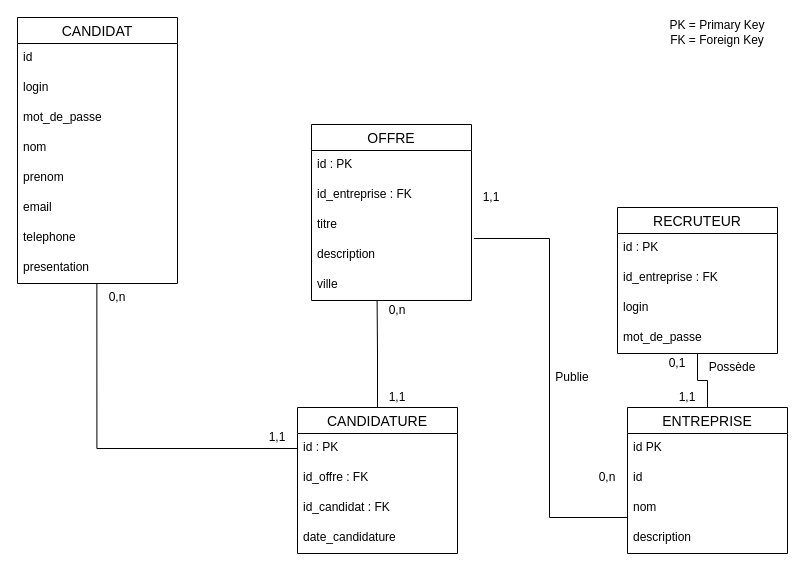
Earlier version of the draw.io diagram diagramme/MLD.drawio (WildCodeSchool-CDA-FT-2025-03/checkpoint_1). Source tidied: cells renumbered, new cells numbered last; positions are measured from the earlier drawing's top-left corner, leaving out a move shared by most shapes. Both pictures are drawn from the tidied source at 100%, with x=0, y=0 at pixel (17, 17).
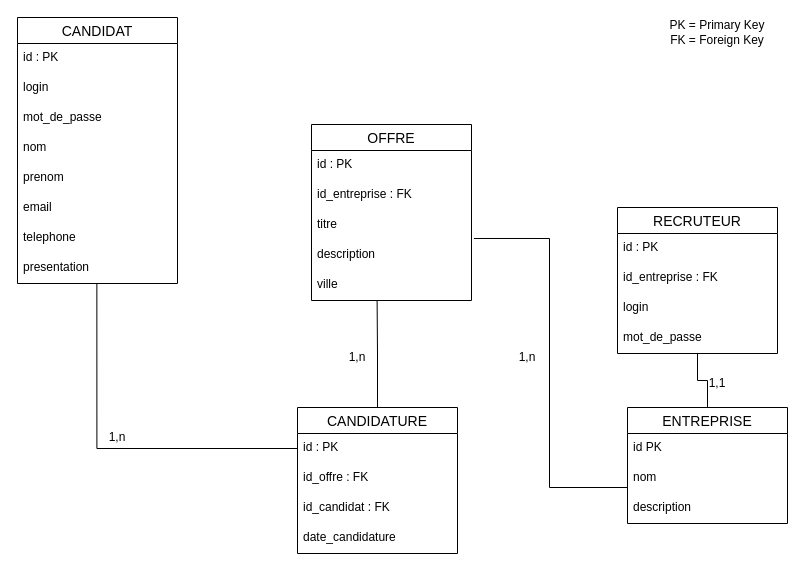
The same page after the edit.

Unchanged cells that the change refers to:
```xml
<mxCell id="2" value="CANDIDAT" style="swimlane;fontStyle=0;horizontal=1;startSize=26;align=center;fontSize=14;" parent="1" vertex="1">
  <mxGeometry width="160" height="266" as="geometry" />
</mxCell>
```

Change to the diagram source:
```diff
@@
-    <mxCell id="3" value="id" style="text;strokeColor=none;fillColor=none;spacingLeft=4;spacingRight=4;overflow=hidden;fontSize=12;whiteSpace=wrap;html=1;" parent="2" vertex="1">
+    <mxCell id="3" value="id : PK" style="text;strokeColor=none;fillColor=none;spacingLeft=4;spacingRight=4;overflow=hidden;fontSize=12;whiteSpace=wrap;html=1;" parent="2" vertex="1">
       <mxGeometry y="26" width="160" height="30" as="geometry" />
     </mxCell>
@@
     <mxCell id="17" value="ENTREPRISE" style="swimlane;fontStyle=0;horizontal=1;startSize=26;align=center;fontSize=14;" parent="1" vertex="1">
-      <mxGeometry x="610" y="390" width="160" height="146" as="geometry" />
+      <mxGeometry x="610" y="390" width="160" height="116" as="geometry" />
     </mxCell>
@@
-    <mxCell id="19" value="id" style="text;strokeColor=none;fillColor=none;spacingLeft=4;spacingRight=4;overflow=hidden;fontSize=12;whiteSpace=wrap;html=1;" parent="17" vertex="1">
-      <mxGeometry y="56" width="160" height="30" as="geometry" />
-    </mxCell>
     <mxCell id="20" value="nom" style="text;strokeColor=none;fillColor=none;spacingLeft=4;spacingRight=4;overflow=hidden;points=[[0,0.5],[1,0.5]];portConstraint=eastwest;fontSize=12;whiteSpace=wrap;html=1;" parent="17" vertex="1">
-      <mxGeometry y="86" width="160" height="30" as="geometry" />
+      <mxGeometry y="56" width="160" height="30" as="geometry" />
     </mxCell>
     <mxCell id="21" value="description" style="text;strokeColor=none;fillColor=none;spacingLeft=4;spacingRight=4;overflow=hidden;fontSize=12;whiteSpace=wrap;html=1;" parent="17" vertex="1">
-      <mxGeometry y="116" width="160" height="30" as="geometry" />
+      <mxGeometry y="86" width="160" height="30" as="geometry" />
     </mxCell>
@@
     <mxCell id="34" value="1,1" style="text;html=1;align=center;verticalAlign=middle;whiteSpace=wrap;rounded=0;" parent="1" vertex="1">
-      <mxGeometry x="650" y="370" width="40" height="20" as="geometry" />
+      <mxGeometry x="680" y="356" width="40" height="20" as="geometry" />
     </mxCell>
-    <mxCell id="35" value="0,1" style="text;html=1;align=center;verticalAlign=middle;whiteSpace=wrap;rounded=0;" parent="1" vertex="1">
-      <mxGeometry x="640" y="336" width="40" height="20" as="geometry" />
-    </mxCell>
-    <mxCell id="36" value="Possède" style="text;html=1;align=center;verticalAlign=middle;whiteSpace=wrap;rounded=0;" parent="1" vertex="1">
-      <mxGeometry x="690" y="340" width="50" height="20" as="geometry" />
-    </mxCell>
@@
-    <mxCell id="38" value="0,n" style="text;html=1;align=center;verticalAlign=middle;whiteSpace=wrap;rounded=0;" parent="1" vertex="1">
-      <mxGeometry x="570" y="450" width="40" height="20" as="geometry" />
-    </mxCell>
-    <mxCell id="39" value="1,1" style="text;html=1;align=center;verticalAlign=middle;whiteSpace=wrap;rounded=0;" parent="1" vertex="1">
-      <mxGeometry x="454" y="170" width="40" height="20" as="geometry" />
-    </mxCell>
-    <mxCell id="40" value="Publie" style="text;html=1;align=center;verticalAlign=middle;whiteSpace=wrap;rounded=0;" parent="1" vertex="1">
-      <mxGeometry x="530" y="350" width="50" height="20" as="geometry" />
-    </mxCell>
@@
-    <mxCell id="42" value="1,1" style="text;html=1;align=center;verticalAlign=middle;whiteSpace=wrap;rounded=0;" parent="1" vertex="1">
-      <mxGeometry x="360" y="370" width="40" height="20" as="geometry" />
-    </mxCell>
-    <mxCell id="43" value="0,n" style="text;html=1;align=center;verticalAlign=middle;whiteSpace=wrap;rounded=0;" parent="1" vertex="1">
-      <mxGeometry x="80" y="270" width="40" height="20" as="geometry" />
+    <mxCell id="43" value="1,n" style="text;html=1;align=center;verticalAlign=middle;whiteSpace=wrap;rounded=0;" parent="1" vertex="1">
+      <mxGeometry x="80" y="410" width="40" height="20" as="geometry" />
     </mxCell>
-    <mxCell id="44" value="1,1" style="text;html=1;align=center;verticalAlign=middle;whiteSpace=wrap;rounded=0;" parent="1" vertex="1">
-      <mxGeometry x="240" y="410" width="40" height="20" as="geometry" />
-    </mxCell>
-    <mxCell id="45" value="0,n" style="text;html=1;align=center;verticalAlign=middle;whiteSpace=wrap;rounded=0;" parent="1" vertex="1">
-      <mxGeometry x="360" y="283" width="40" height="20" as="geometry" />
-    </mxCell>
@@
+    <mxCell id="47" value="1,n" style="text;html=1;align=center;verticalAlign=middle;whiteSpace=wrap;rounded=0;" parent="1" vertex="1">
+      <mxGeometry x="320" y="330" width="40" height="20" as="geometry" />
+    </mxCell>
+    <mxCell id="48" value="1,n" style="text;html=1;align=center;verticalAlign=middle;whiteSpace=wrap;rounded=0;" parent="1" vertex="1">
+      <mxGeometry x="490" y="330" width="40" height="20" as="geometry" />
+    </mxCell>
```
